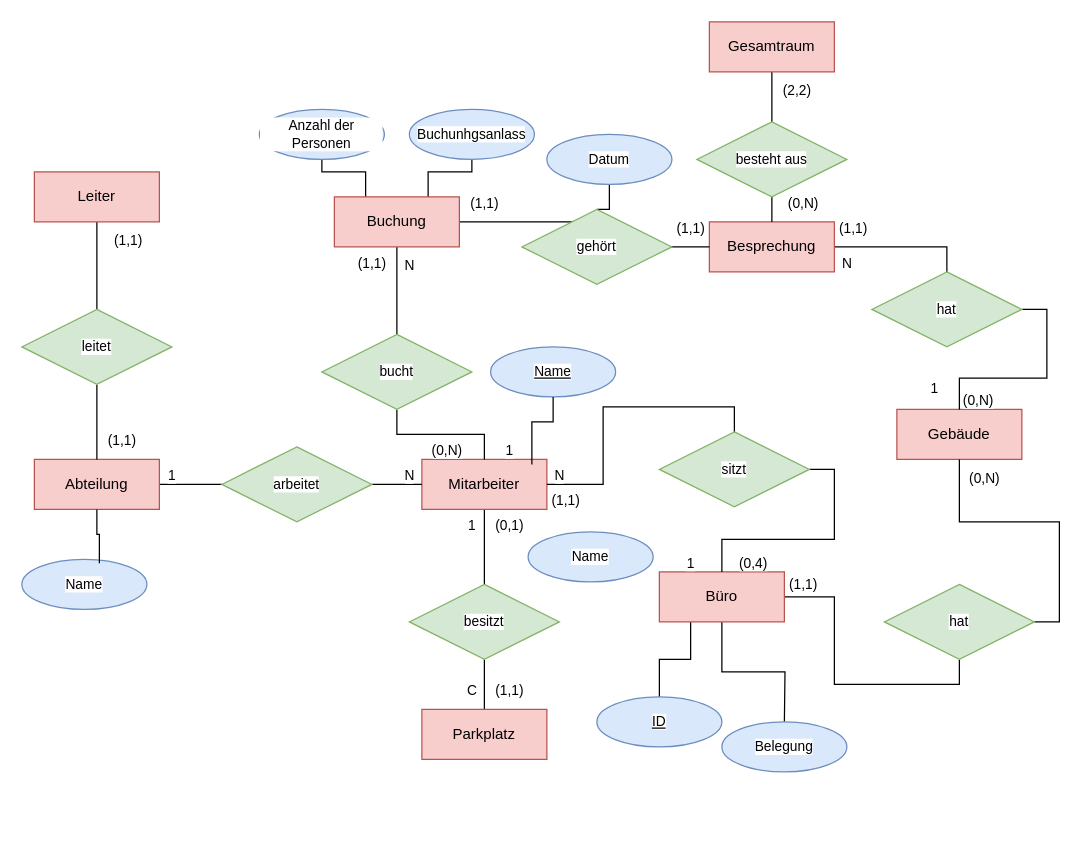
The draw.io diagram Aufgabe4üb2.drawio in mesh98a/Datenbank, before the edit. Source tidied: cells renumbered, new cells numbered last; positions are measured from the earlier drawing's top-left corner, leaving out a move shared by most shapes. Both pictures are drawn from the tidied source at 125%, with x=0, y=0 at pixel (21, 21).
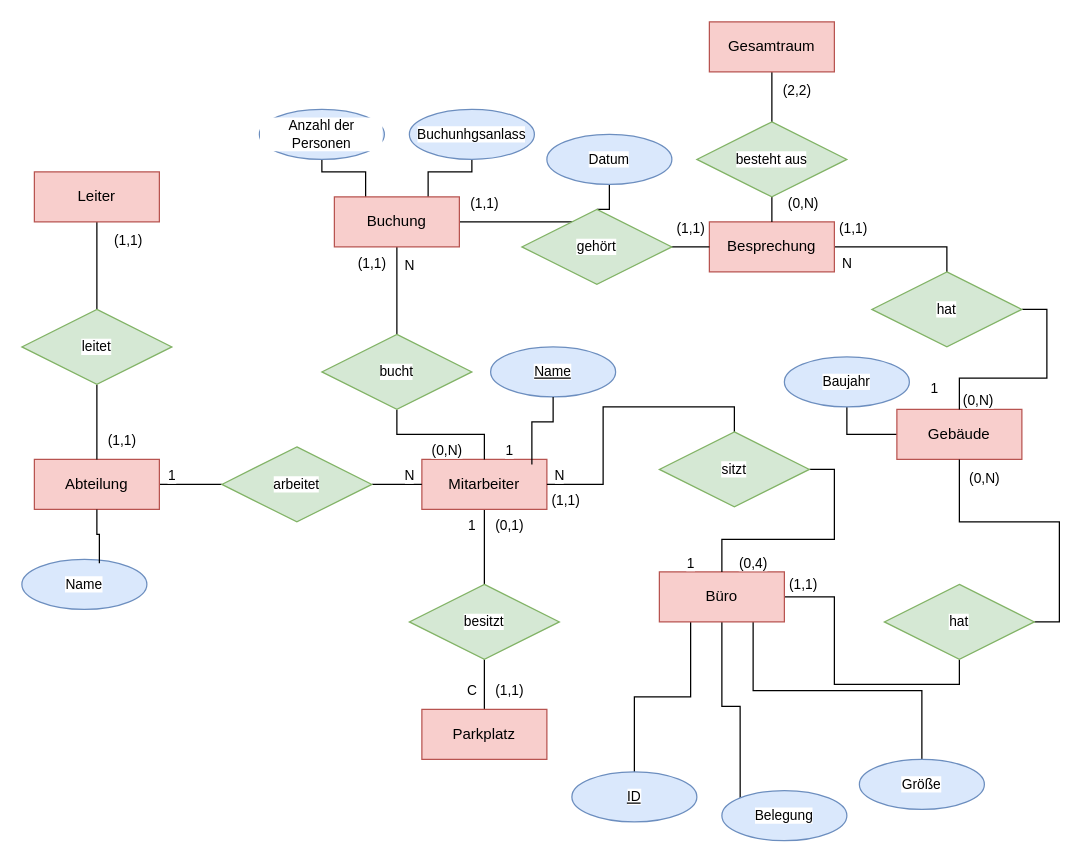
After the change.

Unchanged cells that the change refers to:
```xml
<mxCell id="4" value="Gebäude" style="whiteSpace=wrap;html=1;align=center;fillColor=#f8cecc;strokeColor=#b85450;" parent="1" vertex="1">
  <mxGeometry x="700" y="310" width="100" height="40" as="geometry" />
</mxCell>
<mxCell id="7" value="Büro" style="whiteSpace=wrap;html=1;align=center;fillColor=#f8cecc;strokeColor=#b85450;" parent="1" vertex="1">
  <mxGeometry x="510" y="440" width="100" height="40" as="geometry" />
</mxCell>
```

Change to the diagram source:
```diff
@@
+    <mxCell id="77" style="edgeStyle=orthogonalEdgeStyle;rounded=0;jettySize=auto;html=1;exitX=0;exitY=0.5;exitDx=0;exitDy=0;entryX=0.5;entryY=1;entryDx=0;entryDy=0;strokeColor=default;align=center;verticalAlign=middle;fontFamily=Helvetica;fontSize=11;fontColor=default;labelBackgroundColor=default;endArrow=none;endFill=0;" parent="1" edge="1" source="4" target="80">
+      <mxGeometry relative="1" as="geometry" />
+    </mxCell>
@@
-    <mxCell id="6" style="edgeStyle=orthogonalEdgeStyle;rounded=0;jettySize=auto;html=1;exitX=0.5;exitY=1;exitDx=0;exitDy=0;entryX=0.5;entryY=0;entryDx=0;entryDy=0;strokeColor=default;align=center;verticalAlign=middle;fontFamily=Helvetica;fontSize=11;fontColor=default;labelBackgroundColor=default;endArrow=none;endFill=0;" parent="1" edge="1" source="7">
-      <mxGeometry relative="1" as="geometry">
-        <mxPoint x="610" y="560" as="targetPoint" />
-      </mxGeometry>
-    </mxCell>
+    <mxCell id="78" style="edgeStyle=orthogonalEdgeStyle;rounded=0;jettySize=auto;html=1;exitX=0.75;exitY=1;exitDx=0;exitDy=0;entryX=0.5;entryY=0;entryDx=0;entryDy=0;strokeColor=default;align=center;verticalAlign=middle;fontFamily=Helvetica;fontSize=11;fontColor=default;labelBackgroundColor=default;endArrow=none;endFill=0;" parent="1" edge="1" source="7" target="74">
+      <mxGeometry relative="1" as="geometry" />
+    </mxCell>
+    <mxCell id="79" style="edgeStyle=orthogonalEdgeStyle;rounded=0;jettySize=auto;html=1;exitX=0.5;exitY=1;exitDx=0;exitDy=0;entryX=0;entryY=0;entryDx=0;entryDy=0;strokeColor=default;align=center;verticalAlign=middle;fontFamily=Helvetica;fontSize=11;fontColor=default;labelBackgroundColor=default;endArrow=none;endFill=0;" parent="1" edge="1" source="7" target="65">
+      <mxGeometry relative="1" as="geometry" />
+    </mxCell>
@@
     <mxCell id="52" value="ID" style="ellipse;whiteSpace=wrap;html=1;align=center;fontStyle=4;fontFamily=Helvetica;fontSize=11;labelBackgroundColor=default;fillColor=#dae8fc;strokeColor=#6c8ebf;" parent="1" vertex="1">
-      <mxGeometry x="460" y="540" width="100" height="40" as="geometry" />
+      <mxGeometry x="440" y="600" width="100" height="40" as="geometry" />
     </mxCell>
@@
     <mxCell id="65" value="Belegung" style="ellipse;whiteSpace=wrap;html=1;align=center;fontFamily=Helvetica;fontSize=11;labelBackgroundColor=default;fillColor=#dae8fc;strokeColor=#6c8ebf;" parent="1" vertex="1">
-      <mxGeometry x="560" y="560" width="100" height="40" as="geometry" />
+      <mxGeometry x="560" y="615" width="100" height="40" as="geometry" />
     </mxCell>
@@
-    <mxCell id="74" value="Name" style="ellipse;whiteSpace=wrap;html=1;align=center;fontFamily=Helvetica;fontSize=11;labelBackgroundColor=default;fillColor=#dae8fc;strokeColor=#6c8ebf;" parent="1" vertex="1">
-      <mxGeometry x="405" y="408" width="100" height="40" as="geometry" />
+    <mxCell id="74" value="Größe" style="ellipse;whiteSpace=wrap;html=1;align=center;fontFamily=Helvetica;fontSize=11;labelBackgroundColor=default;fillColor=#dae8fc;strokeColor=#6c8ebf;" parent="1" vertex="1">
+      <mxGeometry x="670" y="590" width="100" height="40" as="geometry" />
     </mxCell>
@@
+    <mxCell id="80" value="Baujahr" style="ellipse;whiteSpace=wrap;html=1;align=center;fontFamily=Helvetica;fontSize=11;labelBackgroundColor=default;fillColor=#dae8fc;strokeColor=#6c8ebf;" parent="1" vertex="1">
+      <mxGeometry x="610" y="268" width="100" height="40" as="geometry" />
+    </mxCell>
```
